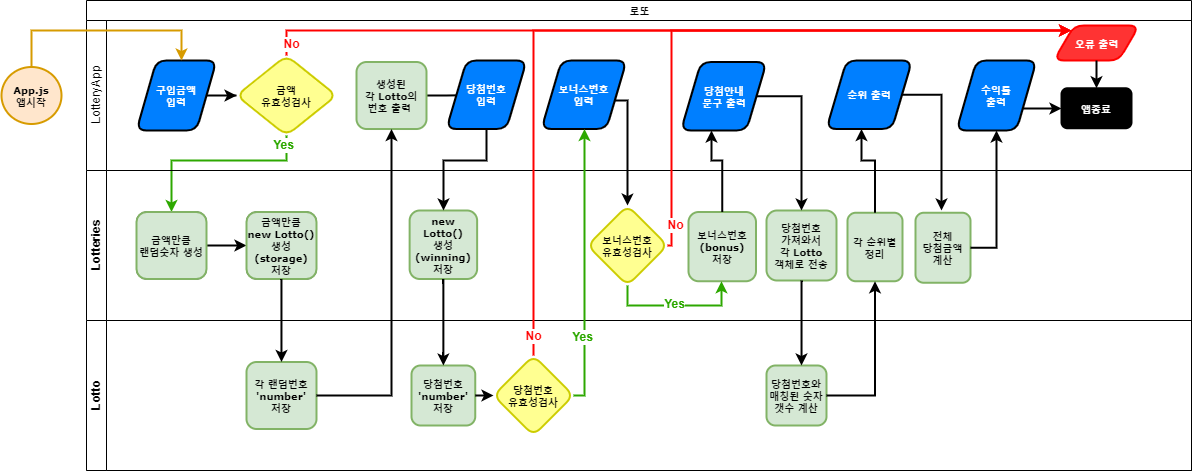
Earlier version of the draw.io export docs/img/FlowChart.png (letsjo/javascript-subway). Source tidied: cells renumbered, new cells last; positions are measured from the earlier drawing's top-left corner, leaving out a move shared by most shapes.
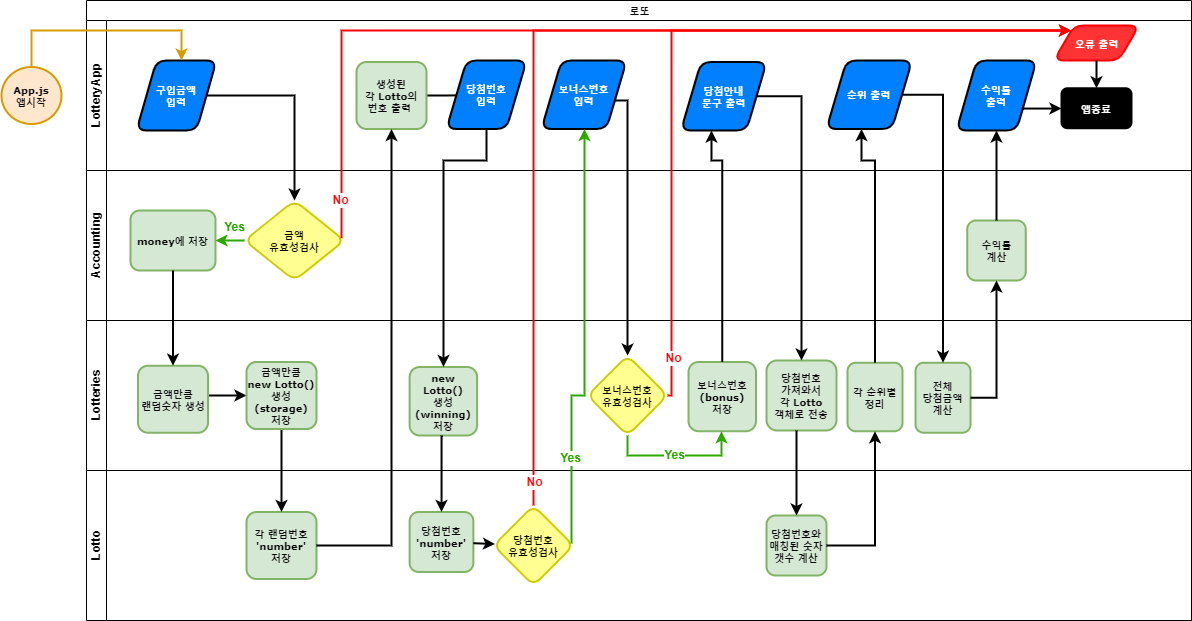
Above is the later version.

Commit message:
docs(FlowChart): 로직 변경으로 인한 FlowChart 수정

Diff of the diagram source:
```diff
@@ -3,14 +3,11 @@
     <mxCell id="0" />
     <mxCell id="1" parent="0" />
     <mxCell id="2" value="로또" style="swimlane;html=1;horizontal=1;startSize=20;rounded=0;shadow=0;labelBackgroundColor=none;strokeWidth=1;fontFamily=Verdana;fontSize=8;align=center;swimlaneFillColor=default;" parent="1" vertex="1">
-      <mxGeometry x="85" width="1105" height="470" as="geometry" />
+      <mxGeometry x="85" width="1105" height="620" as="geometry" />
     </mxCell>
-    <mxCell id="3" value="LotteryApp" style="swimlane;html=1;startSize=20;horizontal=0;fontStyle=0;" parent="2" vertex="1">
+    <mxCell id="3" value="&lt;b&gt;LotteryApp&lt;/b&gt;" style="swimlane;html=1;startSize=20;horizontal=0;fontStyle=0;" parent="2" vertex="1">
       <mxGeometry y="20" width="1105" height="150" as="geometry" />
     </mxCell>
-    <mxCell id="4" value="금액&lt;br&gt;유효성검사" style="rhombus;whiteSpace=wrap;html=1;fontSize=8;fontFamily=Verdana;rounded=1;shadow=0;labelBackgroundColor=none;strokeWidth=2;fontStyle=1;fillColor=#FFFF91;strokeColor=#CCCC00;" parent="3" vertex="1">
-      <mxGeometry x="150" y="35" width="100" height="80" as="geometry" />
-    </mxCell>
     <mxCell id="5" style="edgeStyle=orthogonalEdgeStyle;shape=connector;rounded=0;jettySize=auto;html=1;labelBackgroundColor=default;strokeColor=default;strokeWidth=2;fontFamily=Helvetica;fontSize=12;fontColor=default;endArrow=classic;" parent="3" edge="1" source="6" target="9">
       <mxGeometry relative="1" as="geometry" />
     </mxCell>
@@ -20,9 +17,6 @@
     <mxCell id="7" value="구입금액 &lt;br&gt;입력" style="shape=parallelogram;perimeter=parallelogramPerimeter;whiteSpace=wrap;html=1;fixedSize=1;shadow=0;fontFamily=Verdana;fontSize=8;fontColor=#FFFFFF;align=center;strokeColor=default;strokeWidth=2;fillColor=#007FFF;rounded=1;fontStyle=1;" parent="3" vertex="1">
       <mxGeometry x="50" y="40" width="80" height="70" as="geometry" />
     </mxCell>
-    <mxCell id="8" style="edgeStyle=orthogonalEdgeStyle;shape=connector;rounded=0;jettySize=auto;html=1;labelBackgroundColor=default;strokeColor=default;strokeWidth=2;fontFamily=Helvetica;fontSize=12;fontColor=default;endArrow=classic;" parent="3" edge="1" source="7" target="4">
-      <mxGeometry relative="1" as="geometry" />
-    </mxCell>
     <mxCell id="9" value="당첨번호 &lt;br&gt;입력" style="shape=parallelogram;perimeter=parallelogramPerimeter;whiteSpace=wrap;html=1;fixedSize=1;fontSize=8;fontFamily=Verdana;rounded=1;shadow=0;labelBackgroundColor=none;strokeWidth=2;fontStyle=1;fillColor=#007FFF;fontColor=#FFFFFF;" parent="3" vertex="1">
       <mxGeometry x="360" y="40" width="80" height="68.5" as="geometry" />
     </mxCell>
@@ -32,11 +26,6 @@
     <mxCell id="11" value="당첨안내 &lt;br&gt;문구 출력" style="shape=parallelogram;perimeter=parallelogramPerimeter;whiteSpace=wrap;html=1;fixedSize=1;fontSize=8;fontFamily=Verdana;rounded=1;shadow=0;labelBackgroundColor=none;strokeWidth=2;fontStyle=1;fontColor=#FFFFFF;fillColor=#007FFF;" parent="3" vertex="1">
       <mxGeometry x="594.5" y="41.5" width="85.5" height="68.5" as="geometry" />
     </mxCell>
-    <mxCell id="12" style="edgeStyle=orthogonalEdgeStyle;shape=connector;rounded=0;jettySize=auto;html=1;labelBackgroundColor=default;strokeColor=default;strokeWidth=2;fontFamily=Helvetica;fontSize=12;fontColor=default;endArrow=classic;" parent="3" edge="1" source="13">
-      <mxGeometry relative="1" as="geometry">
-        <mxPoint x="855" y="190" as="targetPoint" />
-      </mxGeometry>
-    </mxCell>
     <mxCell id="13" value="순위&amp;nbsp;출력" style="shape=parallelogram;perimeter=parallelogramPerimeter;whiteSpace=wrap;html=1;fixedSize=1;fontSize=8;fontFamily=Verdana;rounded=1;shadow=0;labelBackgroundColor=none;strokeWidth=2;fontStyle=1;fontColor=#FFFFFF;fillColor=#007FFF;" parent="3" vertex="1">
       <mxGeometry x="740" y="40" width="85.5" height="68.5" as="geometry" />
     </mxCell>
@@ -54,52 +43,49 @@
     <mxCell id="16" value="&lt;font color=&quot;#ffffff&quot;&gt;오류 출력&lt;/font&gt;" style="shape=parallelogram;perimeter=parallelogramPerimeter;whiteSpace=wrap;html=1;fixedSize=1;shadow=0;fontFamily=Verdana;fontSize=8;fontColor=default;align=center;strokeColor=#FF0000;strokeWidth=2;fillColor=#FF3333;labelBorderColor=none;rounded=1;fontStyle=1;" parent="3" vertex="1">
       <mxGeometry x="967.5" y="5" width="85" height="35" as="geometry" />
     </mxCell>
-    <mxCell id="17" style="endArrow=classic;html=1;rounded=0;labelBackgroundColor=default;strokeColor=#FF0000;strokeWidth=2;fontFamily=Helvetica;fontSize=11;fontColor=default;shape=connector;edgeStyle=orthogonalEdgeStyle;fontStyle=0;" parent="3" edge="1" source="4" target="16">
-      <mxGeometry relative="1" as="geometry">
-        <Array as="points">
-          <mxPoint x="200" y="10" />
-          <mxPoint x="990" y="10" />
-        </Array>
-      </mxGeometry>
-    </mxCell>
-    <mxCell id="18" value="No" style="edgeLabel;html=1;align=center;verticalAlign=middle;strokeWidth=2;fontFamily=Helvetica;fontSize=12;fontColor=#FF0000;fontStyle=1;" parent="17" vertex="1">
-      <mxGeometry relative="1" as="geometry">
-        <mxPoint x="-376" y="14" as="offset" />
-      </mxGeometry>
-    </mxCell>
     <mxCell id="19" value="앱종료" style="whiteSpace=wrap;html=1;fontSize=8;fontFamily=Verdana;rounded=1;shadow=0;labelBackgroundColor=none;strokeWidth=2;fontStyle=1;fillColor=#000000;fontColor=#FFFFFF;" parent="3" vertex="1">
       <mxGeometry x="975" y="67.8" width="70" height="40" as="geometry" />
     </mxCell>
     <mxCell id="20" style="edgeStyle=orthogonalEdgeStyle;shape=connector;rounded=0;jettySize=auto;html=1;labelBackgroundColor=default;strokeColor=default;strokeWidth=2;fontFamily=Helvetica;fontSize=12;fontColor=default;endArrow=classic;" parent="3" edge="1" source="16" target="19">
       <mxGeometry relative="1" as="geometry" />
     </mxCell>
+    <mxCell id="62" value="Accounting" style="swimlane;html=1;startSize=20;horizontal=0;" parent="2" vertex="1">
+      <mxGeometry y="170" width="1105" height="150" as="geometry" />
+    </mxCell>
+    <mxCell id="4" value="금액&lt;br&gt;유효성검사" style="rhombus;whiteSpace=wrap;html=1;fontSize=8;fontFamily=Verdana;rounded=1;shadow=0;labelBackgroundColor=none;strokeWidth=2;fontStyle=1;fillColor=#FFFF91;strokeColor=#CCCC00;" parent="62" vertex="1">
+      <mxGeometry x="158" y="30" width="100" height="80" as="geometry" />
+    </mxCell>
+    <mxCell id="63" value="money에 저장" style="whiteSpace=wrap;html=1;fontSize=8;fontFamily=Verdana;fillColor=#d5e8d4;strokeColor=#82b366;rounded=1;shadow=0;labelBackgroundColor=none;strokeWidth=2;fontStyle=1;" parent="62" vertex="1">
+      <mxGeometry x="44" y="40" width="85" height="60" as="geometry" />
+    </mxCell>
-    <mxCell id="21" style="endArrow=classic;html=1;rounded=0;labelBackgroundColor=default;strokeColor=#2DA800;strokeWidth=2;fontFamily=Helvetica;fontSize=11;fontColor=default;shape=connector;edgeStyle=orthogonalEdgeStyle;" parent="2" edge="1" source="4" target="37">
+    <mxCell id="21" style="endArrow=classic;html=1;rounded=0;labelBackgroundColor=default;strokeColor=#2DA800;strokeWidth=2;fontFamily=Helvetica;fontSize=11;fontColor=default;shape=connector;edgeStyle=orthogonalEdgeStyle;" parent="62" edge="1" source="4" target="63">
       <mxGeometry relative="1" as="geometry">
         <Array as="points">
-          <mxPoint x="200" y="160" />
-          <mxPoint x="85" y="160" />
+          <mxPoint x="90" y="70" />
         </Array>
       </mxGeometry>
     </mxCell>
     <mxCell id="22" value="Yes" style="edgeLabel;html=1;align=center;verticalAlign=middle;strokeWidth=2;fontFamily=Helvetica;fontSize=12;fontColor=#2DA800;fontStyle=1;" parent="21" vertex="1">
       <mxGeometry relative="1" as="geometry">
-        <mxPoint x="67" y="-15" as="offset" />
+        <mxPoint x="4" y="-14" as="offset" />
       </mxGeometry>
     </mxCell>
+    <mxCell id="64" value="수익률&lt;br&gt;계산" style="whiteSpace=wrap;html=1;fontSize=8;fontFamily=Verdana;fillColor=#d5e8d4;strokeColor=#82b366;rounded=1;shadow=0;labelBackgroundColor=none;strokeWidth=2;fontStyle=1;" parent="62" vertex="1">
+      <mxGeometry x="880.8" y="50" width="58.5" height="60" as="geometry" />
+    </mxCell>
     <mxCell id="23" value="Lotteries" style="swimlane;html=1;startSize=20;horizontal=0;" parent="2" vertex="1">
-      <mxGeometry y="170" width="1105" height="150" as="geometry" />
+      <mxGeometry y="320" width="1105" height="150" as="geometry" />
     </mxCell>
-    <mxCell id="24" value="금액만큼&lt;br&gt;랜덤숫자 생성" style="rounded=1;whiteSpace=wrap;html=1;shadow=0;labelBackgroundColor=none;strokeWidth=1;fontFamily=Verdana;fontSize=8;align=center;" parent="23" vertex="1">
-      <mxGeometry x="50" y="41.5" width="70" height="67" as="geometry" />
-    </mxCell>
     <mxCell id="25" value="금액만큼 &lt;br&gt;new Lotto() 생성" style="rounded=1;whiteSpace=wrap;html=1;shadow=0;labelBackgroundColor=none;strokeWidth=1;fontFamily=Verdana;fontSize=8;align=center;" parent="23" vertex="1">
       <mxGeometry x="160" y="41.5" width="70" height="67" as="geometry" />
     </mxCell>
-    <mxCell id="26" style="edgeStyle=orthogonalEdgeStyle;rounded=0;jettySize=auto;html=1;strokeWidth=2;" parent="23" edge="1" source="24" target="25">
-      <mxGeometry relative="1" as="geometry" />
+    <mxCell id="26" style="edgeStyle=orthogonalEdgeStyle;rounded=0;jettySize=auto;html=1;strokeWidth=2;" parent="23" edge="1" target="25">
+      <mxGeometry relative="1" as="geometry">
+        <mxPoint x="120" y="75" as="sourcePoint" />
+      </mxGeometry>
     </mxCell>
     <mxCell id="27" value="new Lotto() &lt;br&gt;생성&lt;br&gt;(winning)&lt;br&gt;저장" style="whiteSpace=wrap;html=1;fontSize=8;fontFamily=Verdana;rounded=1;shadow=0;labelBackgroundColor=none;strokeWidth=2;fontStyle=1;fillColor=#d5e8d4;strokeColor=#82b366;" parent="23" vertex="1">
-      <mxGeometry x="323.1" y="40" width="67.5" height="68.5" as="geometry" />
+      <mxGeometry x="323.1" y="46.5" width="67.5" height="68.5" as="geometry" />
     </mxCell>
     <mxCell id="28" value="보너스번호 &lt;br&gt;(bonus)&lt;br&gt;저장" style="whiteSpace=wrap;html=1;fontSize=8;fontFamily=Verdana;rounded=1;shadow=0;labelBackgroundColor=none;strokeWidth=2;fontStyle=1;fillColor=#d5e8d4;strokeColor=#82b366;" parent="23" vertex="1">
       <mxGeometry x="602" y="41.5" width="67.5" height="69.2" as="geometry" />
@@ -129,20 +115,23 @@
     <mxCell id="34" value="전체 &lt;br&gt;당첨금액&lt;br&gt;계산" style="whiteSpace=wrap;html=1;fontSize=8;fontFamily=Verdana;rounded=1;shadow=0;labelBackgroundColor=none;strokeWidth=2;fontStyle=1;fillColor=#d5e8d4;strokeColor=#82b366;" parent="23" vertex="1">
       <mxGeometry x="829" y="42.2" width="55" height="70" as="geometry" />
     </mxCell>
+    <mxCell id="37" value="금액만큼&lt;br&gt;랜덤숫자 생성" style="rounded=1;whiteSpace=wrap;html=1;shadow=0;labelBackgroundColor=none;strokeWidth=2;fontFamily=Verdana;fontSize=8;align=center;fontStyle=1;fillColor=#d5e8d4;strokeColor=#82b366;" parent="23" vertex="1">
+      <mxGeometry x="51.5" y="45.2" width="70" height="67" as="geometry" />
+    </mxCell>
     <mxCell id="35" value="Lotto" style="swimlane;html=1;startSize=20;horizontal=0;" parent="2" vertex="1">
-      <mxGeometry y="320" width="1105" height="150" as="geometry" />
+      <mxGeometry y="470" width="1105" height="150" as="geometry" />
     </mxCell>
     <mxCell id="36" value="각 랜덤번호 'number'&lt;br&gt;저장" style="rounded=1;whiteSpace=wrap;html=1;shadow=0;labelBackgroundColor=none;strokeWidth=2;fontFamily=Verdana;fontSize=8;align=center;fontStyle=1;fillColor=#d5e8d4;strokeColor=#82b366;" parent="35" vertex="1">
       <mxGeometry x="160" y="41.5" width="70" height="67" as="geometry" />
     </mxCell>
-    <mxCell id="37" value="금액만큼&lt;br&gt;랜덤숫자 생성" style="rounded=1;whiteSpace=wrap;html=1;shadow=0;labelBackgroundColor=none;strokeWidth=2;fontFamily=Verdana;fontSize=8;align=center;fontStyle=1;fillColor=#d5e8d4;strokeColor=#82b366;" parent="35" vertex="1">
-      <mxGeometry x="50" y="-108.5" width="70" height="67" as="geometry" />
-    </mxCell>
+    <mxCell id="65" style="edgeStyle=orthogonalEdgeStyle;rounded=0;jettySize=auto;html=1;strokeWidth=2;" parent="35" edge="1" source="38" target="36">
+      <mxGeometry relative="1" as="geometry" />
+    </mxCell>
     <mxCell id="38" value="금액만큼 &lt;br&gt;new Lotto() 생성&lt;br&gt;(storage)&lt;br&gt;저장" style="rounded=1;whiteSpace=wrap;html=1;shadow=0;labelBackgroundColor=none;strokeWidth=2;fontFamily=Verdana;fontSize=8;align=center;fontStyle=1;fillColor=#d5e8d4;strokeColor=#82b366;" parent="35" vertex="1">
       <mxGeometry x="160" y="-108.5" width="70" height="67" as="geometry" />
     </mxCell>
     <mxCell id="39" value="당첨번호&lt;br&gt;'number'&lt;br&gt;저장" style="whiteSpace=wrap;html=1;fontSize=8;fontFamily=Verdana;rounded=1;shadow=0;labelBackgroundColor=none;strokeWidth=2;fontStyle=1;fillColor=#d5e8d4;strokeColor=#82b366;" parent="35" vertex="1">
-      <mxGeometry x="325" y="45" width="63.8" height="60" as="geometry" />
+      <mxGeometry x="323.1" y="41.5" width="63.8" height="60" as="geometry" />
     </mxCell>
     <mxCell id="40" value="당첨번호&lt;br&gt;유효성검사" style="rhombus;whiteSpace=wrap;html=1;fontSize=8;fontFamily=Verdana;rounded=1;shadow=0;labelBackgroundColor=none;strokeWidth=2;fontStyle=1;fillColor=#FFFF91;strokeColor=#CCCC00;" parent="35" vertex="1">
       <mxGeometry x="407" y="35" width="80" height="80" as="geometry" />
@@ -153,14 +142,6 @@
     <mxCell id="42" value="당첨번호와 매칭된 숫자갯수 계산" style="whiteSpace=wrap;html=1;fontSize=8;fontFamily=Verdana;rounded=1;shadow=0;labelBackgroundColor=none;strokeWidth=2;fontStyle=1;fillColor=#d5e8d4;strokeColor=#82b366;" parent="35" vertex="1">
       <mxGeometry x="680" y="45" width="60" height="60" as="geometry" />
     </mxCell>
-    <mxCell id="43" style="edgeStyle=orthogonalEdgeStyle;rounded=0;jettySize=auto;html=1;strokeWidth=2;" parent="2" edge="1" source="25" target="36">
-      <mxGeometry relative="1" as="geometry">
-        <Array as="points">
-          <mxPoint x="195" y="340" />
-          <mxPoint x="195" y="340" />
-        </Array>
-      </mxGeometry>
-    </mxCell>
     <mxCell id="44" style="edgeStyle=orthogonalEdgeStyle;rounded=0;jettySize=auto;html=1;strokeWidth=2;" parent="2" edge="1" source="36" target="6">
       <mxGeometry relative="1" as="geometry" />
     </mxCell>
@@ -175,6 +156,7 @@
     <mxCell id="46" style="edgeStyle=orthogonalEdgeStyle;shape=connector;rounded=0;jettySize=auto;html=1;labelBackgroundColor=default;strokeColor=#2DA800;strokeWidth=2;fontFamily=Helvetica;fontSize=12;fontColor=default;endArrow=classic;" parent="2" edge="1" source="40" target="10">
       <mxGeometry relative="1" as="geometry">
         <Array as="points">
+          <mxPoint x="485" y="395" />
           <mxPoint x="498" y="395" />
         </Array>
       </mxGeometry>
@@ -187,8 +169,8 @@
     <mxCell id="48" style="edgeStyle=orthogonalEdgeStyle;shape=connector;rounded=0;jettySize=auto;html=1;labelBackgroundColor=default;strokeColor=default;strokeWidth=2;fontFamily=Helvetica;fontSize=12;fontColor=default;endArrow=classic;" parent="2" edge="1" source="27" target="39">
       <mxGeometry relative="1" as="geometry">
         <Array as="points">
-          <mxPoint x="357" y="300" />
-          <mxPoint x="357" y="300" />
+          <mxPoint x="355" y="450" />
+          <mxPoint x="355" y="450" />
         </Array>
       </mxGeometry>
     </mxCell>
@@ -214,14 +196,6 @@
         </Array>
       </mxGeometry>
     </mxCell>
-    <mxCell id="52" style="edgeStyle=orthogonalEdgeStyle;shape=connector;rounded=0;jettySize=auto;html=1;labelBackgroundColor=default;strokeColor=default;strokeWidth=2;fontFamily=Helvetica;fontSize=12;fontColor=default;endArrow=classic;" parent="2" edge="1" source="32" target="42">
-      <mxGeometry relative="1" as="geometry">
-        <Array as="points">
-          <mxPoint x="715" y="320" />
-          <mxPoint x="715" y="320" />
-        </Array>
-      </mxGeometry>
-    </mxCell>
     <mxCell id="53" style="edgeStyle=orthogonalEdgeStyle;shape=connector;rounded=0;jettySize=auto;html=1;labelBackgroundColor=default;strokeColor=default;strokeWidth=2;fontFamily=Helvetica;fontSize=12;fontColor=default;endArrow=classic;" parent="2" edge="1" source="42" target="33">
       <mxGeometry relative="1" as="geometry" />
     </mxCell>
@@ -233,27 +207,22 @@
         </Array>
       </mxGeometry>
     </mxCell>
-    <mxCell id="55" style="edgeStyle=orthogonalEdgeStyle;shape=connector;rounded=0;jettySize=auto;html=1;labelBackgroundColor=default;strokeColor=default;strokeWidth=2;fontFamily=Helvetica;fontSize=12;fontColor=default;endArrow=classic;" parent="2" edge="1" source="34" target="15">
+    <mxCell id="55" style="edgeStyle=orthogonalEdgeStyle;shape=connector;rounded=0;jettySize=auto;html=1;labelBackgroundColor=default;strokeColor=default;strokeWidth=2;fontFamily=Helvetica;fontSize=12;fontColor=default;endArrow=classic;exitX=0.5;exitY=0;exitDx=0;exitDy=0;" parent="2" edge="1" source="64" target="15">
       <mxGeometry relative="1" as="geometry">
         <Array as="points">
-          <mxPoint x="910" y="247" />
+          <mxPoint x="910" y="150" />
+          <mxPoint x="910" y="150" />
         </Array>
       </mxGeometry>
     </mxCell>
     <mxCell id="56" style="endArrow=classic;html=1;rounded=0;labelBackgroundColor=default;strokeColor=#FF0000;strokeWidth=2;fontFamily=Helvetica;fontSize=12;fontColor=default;shape=connector;edgeStyle=orthogonalEdgeStyle;" parent="2" edge="1" source="29" target="16">
       <mxGeometry relative="1" as="geometry">
         <Array as="points">
-          <mxPoint x="585" y="245" />
+          <mxPoint x="585" y="395" />
           <mxPoint x="585" y="30" />
-          <mxPoint x="990" y="30" />
         </Array>
       </mxGeometry>
     </mxCell>
-    <mxCell id="57" value="No" style="edgeLabel;html=1;align=center;verticalAlign=middle;rounded=1;strokeWidth=2;fontFamily=Helvetica;fontSize=12;fontColor=#FF0000;fontStyle=1;" parent="56" vertex="1">
-      <mxGeometry relative="1" as="geometry">
-        <mxPoint x="-87" y="195" as="offset" />
-      </mxGeometry>
-    </mxCell>
     <mxCell id="58" style="endArrow=classic;html=1;rounded=0;labelBackgroundColor=default;strokeColor=#FF0000;strokeWidth=2;fontFamily=Helvetica;fontSize=12;fontColor=default;shape=connector;fontStyle=1;edgeStyle=orthogonalEdgeStyle;" parent="2" edge="1" source="40" target="16">
       <mxGeometry relative="1" as="geometry">
         <Array as="points">
@@ -267,6 +236,46 @@
         <mxPoint y="1" as="offset" />
       </mxGeometry>
     </mxCell>
+    <mxCell id="8" style="edgeStyle=orthogonalEdgeStyle;shape=connector;rounded=0;jettySize=auto;html=1;labelBackgroundColor=default;strokeColor=default;strokeWidth=2;fontFamily=Helvetica;fontSize=12;fontColor=default;endArrow=classic;" parent="2" edge="1" source="7" target="4">
+      <mxGeometry relative="1" as="geometry">
+        <Array as="points">
+          <mxPoint x="208" y="95" />
+        </Array>
+      </mxGeometry>
+    </mxCell>
+    <mxCell id="17" style="endArrow=classic;html=1;rounded=0;labelBackgroundColor=default;strokeColor=#FF0000;strokeWidth=2;fontFamily=Helvetica;fontSize=11;fontColor=default;shape=connector;edgeStyle=orthogonalEdgeStyle;fontStyle=0;" parent="2" edge="1" source="4" target="16">
+      <mxGeometry relative="1" as="geometry">
+        <Array as="points">
+          <mxPoint x="255" y="30" />
+        </Array>
+      </mxGeometry>
+    </mxCell>
+    <mxCell id="18" value="No" style="edgeLabel;html=1;align=center;verticalAlign=middle;strokeWidth=2;fontFamily=Helvetica;fontSize=12;fontColor=#FF0000;fontStyle=1;" parent="17" vertex="1">
+      <mxGeometry relative="1" as="geometry">
+        <mxPoint x="-262" y="169" as="offset" />
+      </mxGeometry>
+    </mxCell>
+    <mxCell id="66" style="edgeStyle=orthogonalEdgeStyle;rounded=0;jettySize=auto;html=1;strokeWidth=2;" parent="2" edge="1" source="63" target="37">
+      <mxGeometry relative="1" as="geometry" />
+    </mxCell>
+    <mxCell id="52" style="edgeStyle=orthogonalEdgeStyle;rounded=0;jettySize=auto;html=1;strokeWidth=2;" parent="2" edge="1" source="32" target="42">
+      <mxGeometry relative="1" as="geometry">
+        <Array as="points">
+          <mxPoint x="710" y="450" />
+          <mxPoint x="710" y="450" />
+        </Array>
+      </mxGeometry>
+    </mxCell>
+    <mxCell id="67" style="edgeStyle=orthogonalEdgeStyle;rounded=0;jettySize=auto;html=1;strokeWidth=2;" parent="2" edge="1" source="34" target="64">
+      <mxGeometry relative="1" as="geometry">
+        <Array as="points">
+          <mxPoint x="910" y="397" />
+        </Array>
+      </mxGeometry>
+    </mxCell>
+    <mxCell id="12" style="edgeStyle=orthogonalEdgeStyle;shape=connector;rounded=0;jettySize=auto;html=1;labelBackgroundColor=default;strokeColor=default;strokeWidth=2;fontFamily=Helvetica;fontSize=12;fontColor=default;endArrow=classic;entryX=0.5;entryY=0;entryDx=0;entryDy=0;" parent="2" edge="1" source="13" target="34">
+      <mxGeometry relative="1" as="geometry" />
+    </mxCell>
     <mxCell id="60" value="App.js&lt;br&gt;앱시작" style="ellipse;whiteSpace=wrap;html=1;rounded=0;shadow=0;labelBackgroundColor=none;strokeWidth=2;fontFamily=Verdana;fontSize=8;align=center;fontStyle=1;fillColor=#ffe6cc;strokeColor=#d79b00;" parent="1" vertex="1">
       <mxGeometry y="66.5" width="60" height="57" as="geometry" />
     </mxCell>
@@ -278,5 +287,10 @@
         </Array>
       </mxGeometry>
     </mxCell>
+    <mxCell id="57" value="&lt;b&gt;No&lt;/b&gt;" style="edgeLabel;html=1;align=center;verticalAlign=middle;fontSize=12;fontFamily=Helvetica;fontColor=#FF0000;" parent="1" vertex="1">
+      <mxGeometry x="542.1" y="491.4" as="geometry">
+        <mxPoint x="129" y="-134" as="offset" />
+      </mxGeometry>
+    </mxCell>
   </root>
 </mxGraphModel>
```
